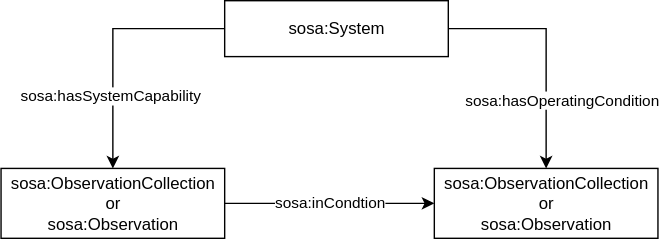
The draw.io diagram ssn/images/SystemOverviewDiagram.drawio.svg in afeliachi/sdw-sosa-ssn, before a commit. Source tidied: cells renumbered, new cells last; positions are measured from the earlier drawing's top-left corner, leaving out a move shared by most shapes. Source of this version:
```xml
<mxGraphModel>
  <root>
    <mxCell id="0" />
    <mxCell id="1" parent="0" />
    <mxCell id="2" value="sosa:System" style="rounded=0;whiteSpace=wrap;html=1;" parent="1" vertex="1">
      <mxGeometry x="160" width="160" height="40" as="geometry" />
    </mxCell>
    <mxCell id="3" value="sosa:ObservationCollection&lt;div&gt;or&lt;/div&gt;&lt;div&gt;sosa:Observation&lt;/div&gt;" style="rounded=0;whiteSpace=wrap;html=1;" parent="1" vertex="1">
      <mxGeometry y="120" width="160" height="50" as="geometry" />
    </mxCell>
    <mxCell id="4" style="endArrow=classic;html=1;rounded=0;entryX=0.5;entryY=0;entryDx=0;entryDy=0;exitX=0;exitY=0.5;exitDx=0;exitDy=0;" parent="1" edge="1" source="2" target="3">
      <mxGeometry relative="1" as="geometry">
        <Array as="points">
          <mxPoint x="80" y="20" />
        </Array>
      </mxGeometry>
    </mxCell>
    <mxCell id="5" value="sosa:hasSystemCapability" style="edgeLabel;html=1;align=center;verticalAlign=middle;" parent="4" vertex="1">
      <mxGeometry y="-3" relative="1" as="geometry">
        <mxPoint y="37" as="offset" />
      </mxGeometry>
    </mxCell>
    <mxCell id="6" style="endArrow=classic;html=1;rounded=0;entryX=0.5;entryY=0;entryDx=0;entryDy=0;exitX=1;exitY=0.5;exitDx=0;exitDy=0;" parent="1" edge="1" source="2">
      <mxGeometry relative="1" as="geometry">
        <mxPoint x="390" y="120" as="targetPoint" />
        <Array as="points">
          <mxPoint x="390" y="20" />
        </Array>
      </mxGeometry>
    </mxCell>
    <mxCell id="7" value="sosa:hasOperatingCondition" style="edgeLabel;html=1;align=center;verticalAlign=middle;" parent="6" vertex="1">
      <mxGeometry x="-0.05" y="-1" relative="1" as="geometry">
        <mxPoint x="11" y="39" as="offset" />
      </mxGeometry>
    </mxCell>
    <mxCell id="8" style="endArrow=classic;html=1;rounded=0;exitX=1;exitY=0.5;exitDx=0;exitDy=0;entryX=0;entryY=0.5;entryDx=0;entryDy=0;" parent="1" edge="1" source="3" target="10">
      <mxGeometry relative="1" as="geometry" />
    </mxCell>
    <mxCell id="9" value="sosa:inCondtion" style="edgeLabel;html=1;align=center;verticalAlign=middle;" parent="8" vertex="1">
      <mxGeometry x="-0.01" y="2" relative="1" as="geometry" />
    </mxCell>
    <mxCell id="10" value="sosa:ObservationCollection&lt;div&gt;or&lt;/div&gt;&lt;div&gt;sosa:Observation&lt;/div&gt;" style="rounded=0;whiteSpace=wrap;html=1;" parent="1" vertex="1">
      <mxGeometry x="310" y="120" width="160" height="50" as="geometry" />
    </mxCell>
  </root>
</mxGraphModel>
```
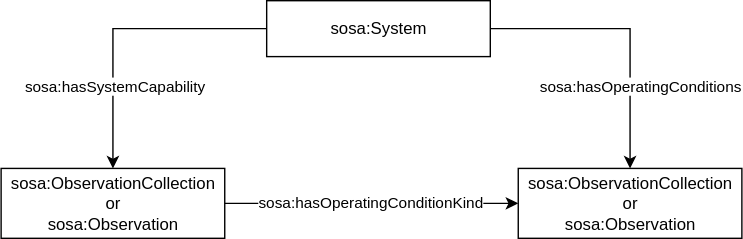
The same file after the commit.

Diff of the diagram source:
```diff
@@ -5,42 +5,42 @@
     <mxCell id="2" value="sosa:System" style="rounded=0;whiteSpace=wrap;html=1;" parent="1" vertex="1">
       <mxGeometry x="160" width="160" height="40" as="geometry" />
     </mxCell>
-    <mxCell id="3" value="sosa:ObservationCollection&lt;div&gt;or&lt;/div&gt;&lt;div&gt;sosa:Observation&lt;/div&gt;" style="rounded=0;whiteSpace=wrap;html=1;" parent="1" vertex="1">
-      <mxGeometry y="120" width="160" height="50" as="geometry" />
-    </mxCell>
-    <mxCell id="4" style="endArrow=classic;html=1;rounded=0;entryX=0.5;entryY=0;entryDx=0;entryDy=0;exitX=0;exitY=0.5;exitDx=0;exitDy=0;" parent="1" edge="1" source="2" target="3">
-      <mxGeometry relative="1" as="geometry">
-        <Array as="points">
-          <mxPoint x="80" y="20" />
-        </Array>
-      </mxGeometry>
-    </mxCell>
+    <mxCell id="11" value="sosa:ObservationCollection&lt;div&gt;or&lt;/div&gt;&lt;div&gt;sosa:Observation&lt;/div&gt;" style="rounded=0;whiteSpace=wrap;html=1;" parent="1" vertex="1">
+      <mxGeometry x="-30" y="120" width="160" height="50" as="geometry" />
+    </mxCell>
+    <mxCell id="12" style="endArrow=classic;html=1;rounded=0;entryX=0.5;entryY=0;entryDx=0;entryDy=0;exitX=0;exitY=0.5;exitDx=0;exitDy=0;" parent="1" edge="1" source="2" target="11">
+      <mxGeometry relative="1" as="geometry">
+        <Array as="points">
+          <mxPoint x="50" y="20" />
+        </Array>
+      </mxGeometry>
+    </mxCell>
-    <mxCell id="5" value="sosa:hasSystemCapability" style="edgeLabel;html=1;align=center;verticalAlign=middle;" parent="4" vertex="1">
+    <mxCell id="5" value="sosa:hasSystemCapability" style="edgeLabel;html=1;align=center;verticalAlign=middle;" parent="12" vertex="1">
       <mxGeometry y="-3" relative="1" as="geometry">
-        <mxPoint y="37" as="offset" />
+        <mxPoint x="-5" y="43" as="offset" />
       </mxGeometry>
     </mxCell>
-    <mxCell id="6" style="endArrow=classic;html=1;rounded=0;entryX=0.5;entryY=0;entryDx=0;entryDy=0;exitX=1;exitY=0.5;exitDx=0;exitDy=0;" parent="1" edge="1" source="2">
-      <mxGeometry relative="1" as="geometry">
-        <mxPoint x="390" y="120" as="targetPoint" />
-        <Array as="points">
-          <mxPoint x="390" y="20" />
-        </Array>
-      </mxGeometry>
-    </mxCell>
-    <mxCell id="7" value="sosa:hasOperatingCondition" style="edgeLabel;html=1;align=center;verticalAlign=middle;" parent="6" vertex="1">
-      <mxGeometry x="-0.05" y="-1" relative="1" as="geometry">
-        <mxPoint x="11" y="39" as="offset" />
-      </mxGeometry>
-    </mxCell>
-    <mxCell id="8" style="endArrow=classic;html=1;rounded=0;exitX=1;exitY=0.5;exitDx=0;exitDy=0;entryX=0;entryY=0.5;entryDx=0;entryDy=0;" parent="1" edge="1" source="3" target="10">
-      <mxGeometry relative="1" as="geometry" />
-    </mxCell>
-    <mxCell id="9" value="sosa:inCondtion" style="edgeLabel;html=1;align=center;verticalAlign=middle;" parent="8" vertex="1">
-      <mxGeometry x="-0.01" y="2" relative="1" as="geometry" />
-    </mxCell>
-    <mxCell id="10" value="sosa:ObservationCollection&lt;div&gt;or&lt;/div&gt;&lt;div&gt;sosa:Observation&lt;/div&gt;" style="rounded=0;whiteSpace=wrap;html=1;" parent="1" vertex="1">
-      <mxGeometry x="310" y="120" width="160" height="50" as="geometry" />
-    </mxCell>
+    <mxCell id="13" style="endArrow=classic;html=1;rounded=0;entryX=0.5;entryY=0;entryDx=0;entryDy=0;" parent="1" edge="1" source="2">
+      <mxGeometry relative="1" as="geometry">
+        <mxPoint x="420" y="120" as="targetPoint" />
+        <Array as="points">
+          <mxPoint x="420" y="20" />
+        </Array>
+      </mxGeometry>
+    </mxCell>
+    <mxCell id="14" value="sosa:hasOperatingConditions" style="edgeLabel;html=1;align=center;verticalAlign=middle;" parent="13" vertex="1">
+      <mxGeometry x="-0.05" y="-1" relative="1" as="geometry">
+        <mxPoint x="11" y="39" as="offset" />
+      </mxGeometry>
+    </mxCell>
+    <mxCell id="15" style="endArrow=classic;html=1;rounded=0;exitX=1;exitY=0.5;exitDx=0;exitDy=0;entryX=0;entryY=0.5;entryDx=0;entryDy=0;" parent="1" edge="1" source="11" target="17">
+      <mxGeometry relative="1" as="geometry" />
+    </mxCell>
+    <mxCell id="16" value="sosa:hasOperatingConditionKind" style="edgeLabel;html=1;align=center;verticalAlign=middle;" parent="15" vertex="1">
+      <mxGeometry x="-0.01" y="2" relative="1" as="geometry" />
+    </mxCell>
+    <mxCell id="17" value="sosa:ObservationCollection&lt;div&gt;or&lt;/div&gt;&lt;div&gt;sosa:Observation&lt;/div&gt;" style="rounded=0;whiteSpace=wrap;html=1;" parent="1" vertex="1">
+      <mxGeometry x="340" y="120" width="160" height="50" as="geometry" />
+    </mxCell>
   </root>
 </mxGraphModel>
```
